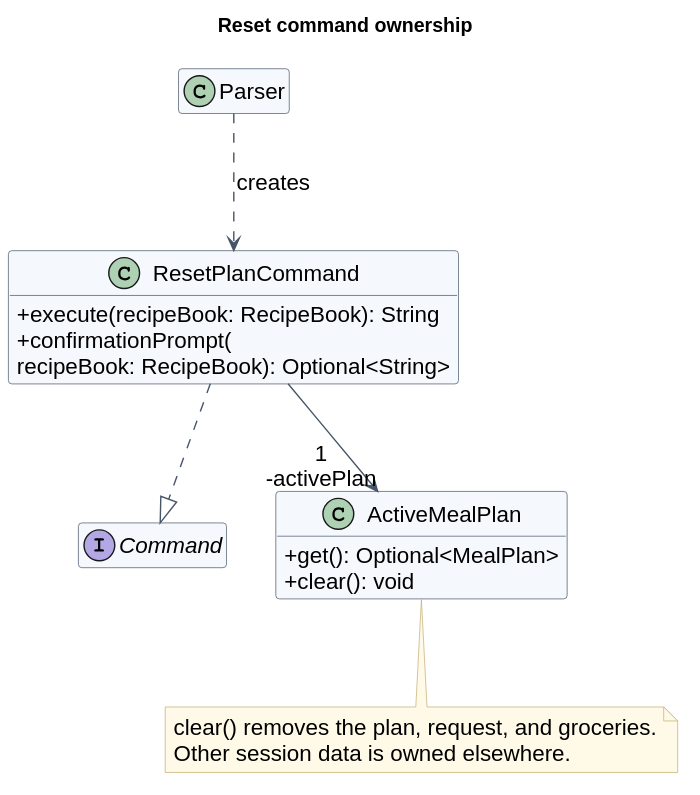
The PlantUML diagram docs/images/reset-plan/classes.svg in AY2627S1-CS2113-W13-4/tp, before a commit.
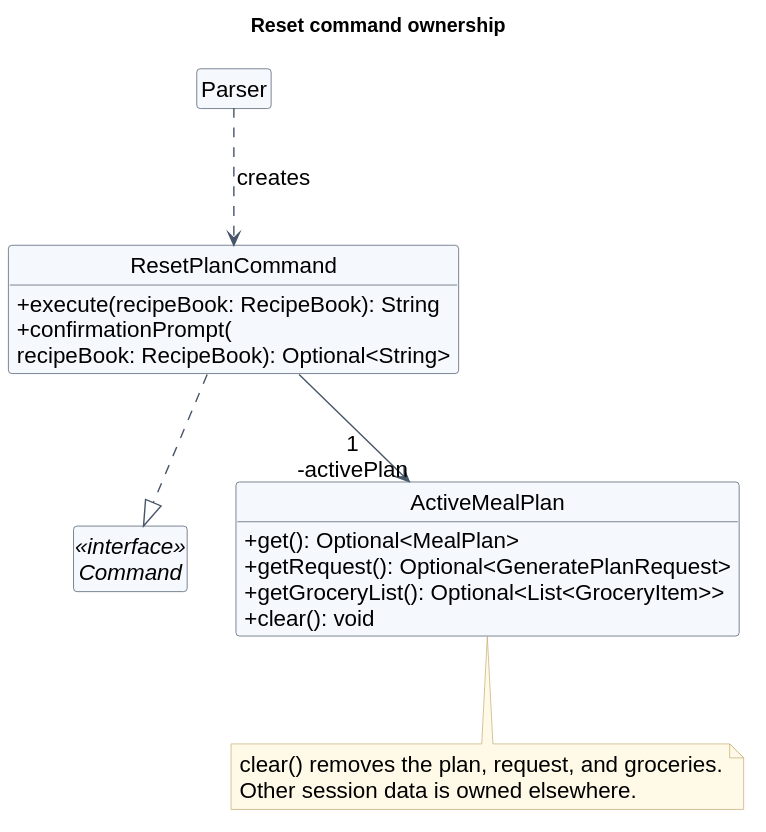
The same diagram one commit later.

Change to the diagram source:
```diff
@@ -7,13 +7,15 @@
 skinparam nodesep 35
 hide empty members
 class Parser
-interface Command
+interface Command <<interface>>
 class ResetPlanCommand {
  + execute(recipeBook: RecipeBook): String
  + confirmationPrompt(\nrecipeBook: RecipeBook): Optional<String>
 }
 class ActiveMealPlan {
  + get(): Optional<MealPlan>
+ + getRequest(): Optional<GeneratePlanRequest>
+ + getGroceryList(): Optional<List<GroceryItem>>
  + clear(): void
 }
 Parser ..> ResetPlanCommand : creates
```
